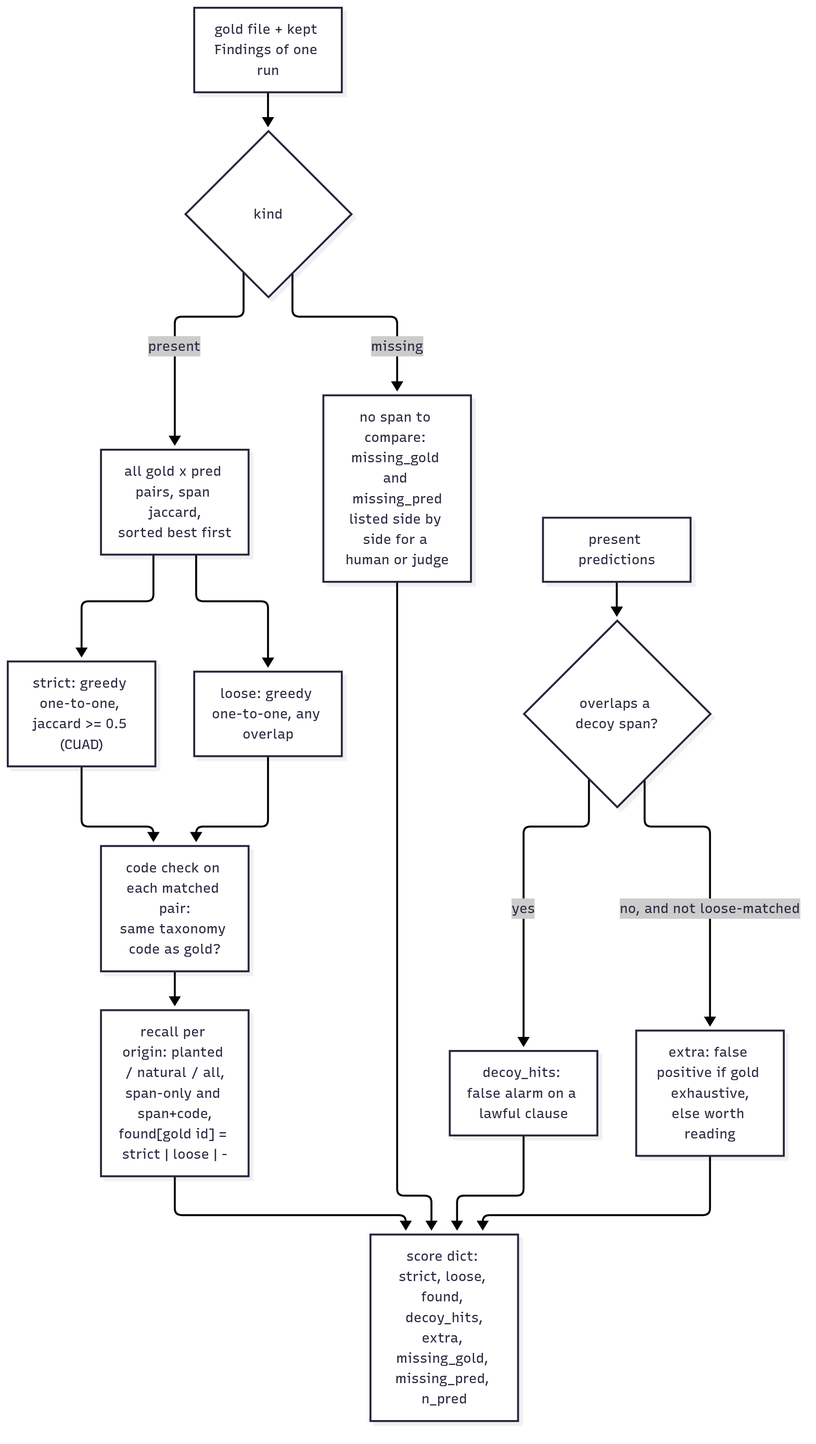
This is docs/diagrams/m3_score.png from hoanglax/ContractRiskAnalyzer, a Mermaid export, as it was before one commit. Its source is kept beside it as docs/diagrams/m3_score.mmd. Source of this version:
```mermaid
graph TB
    IN["gold file + kept Findings of one run"] --> SPLIT{"kind"}
    SPLIT -->|present| PAIRS["all gold x pred pairs, span jaccard,<br/>sorted best first"]
    SPLIT -->|missing| MIS["no span to compare: missing_gold and missing_pred<br/>listed side by side for a human or judge"]
    PAIRS --> ST["strict: greedy one-to-one, jaccard >= 0.5 (CUAD)"]
    PAIRS --> LO["loose: greedy one-to-one, any overlap"]
    ST --> CODE["code check on each matched pair:<br/>same taxonomy code as gold?"]
    LO --> CODE
    CODE --> REC["recall per origin: planted / natural / all,<br/>span-only and span+code,<br/>found[gold id] = strict | loose | -"]
    PRED["present predictions"] --> DEC{"overlaps a decoy span?"}
    DEC -->|yes| DH["decoy_hits: false alarm on a lawful clause"]
    DEC -->|"no, and not loose-matched"| EX["extra: false positive if gold exhaustive,<br/>else worth reading"]
    REC --> OUT["score dict: strict, loose, found, decoy_hits,<br/>extra, missing_gold, missing_pred, n_pred"]
    DH --> OUT
    EX --> OUT
    MIS --> OUT
```
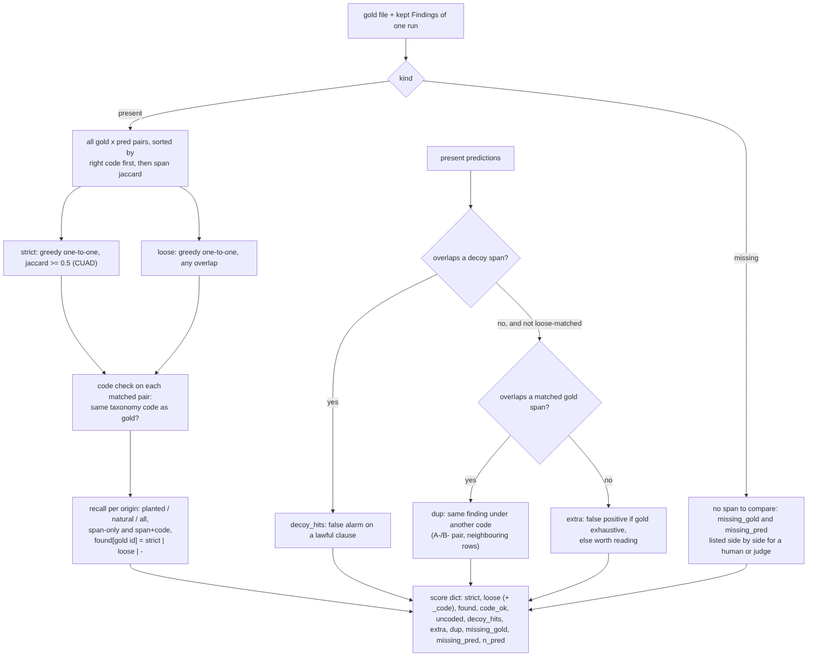
The same file after the commit.

Commit message:
docs: M3 diagrams match the code (closed-set gate, retries, code-aware scoring)

What changed in the source:
```diff
@@ -1,6 +1,6 @@
 graph TB
     IN["gold file + kept Findings of one run"] --> SPLIT{"kind"}
-    SPLIT -->|present| PAIRS["all gold x pred pairs, span jaccard,<br/>sorted best first"]
+    SPLIT -->|present| PAIRS["all gold x pred pairs, sorted by<br/>right code first, then span jaccard"]
     SPLIT -->|missing| MIS["no span to compare: missing_gold and missing_pred<br/>listed side by side for a human or judge"]
     PAIRS --> ST["strict: greedy one-to-one, jaccard >= 0.5 (CUAD)"]
     PAIRS --> LO["loose: greedy one-to-one, any overlap"]
@@ -9,8 +9,11 @@
     CODE --> REC["recall per origin: planted / natural / all,<br/>span-only and span+code,<br/>found[gold id] = strict | loose | -"]
     PRED["present predictions"] --> DEC{"overlaps a decoy span?"}
     DEC -->|yes| DH["decoy_hits: false alarm on a lawful clause"]
-    DEC -->|"no, and not loose-matched"| EX["extra: false positive if gold exhaustive,<br/>else worth reading"]
-    REC --> OUT["score dict: strict, loose, found, decoy_hits,<br/>extra, missing_gold, missing_pred, n_pred"]
+    DEC -->|"no, and not loose-matched"| DUPQ{"overlaps a matched gold span?"}
+    DUPQ -->|yes| DUP["dup: same finding under another code<br/>(A-/B- pair, neighbouring rows)"]
+    DUPQ -->|no| EX["extra: false positive if gold exhaustive,<br/>else worth reading"]
+    REC --> OUT["score dict: strict, loose (+ _code), found, code_ok,<br/>uncoded, decoy_hits, extra, dup, missing_gold, missing_pred, n_pred"]
+    DUP --> OUT
     DH --> OUT
     EX --> OUT
     MIS --> OUT
```
